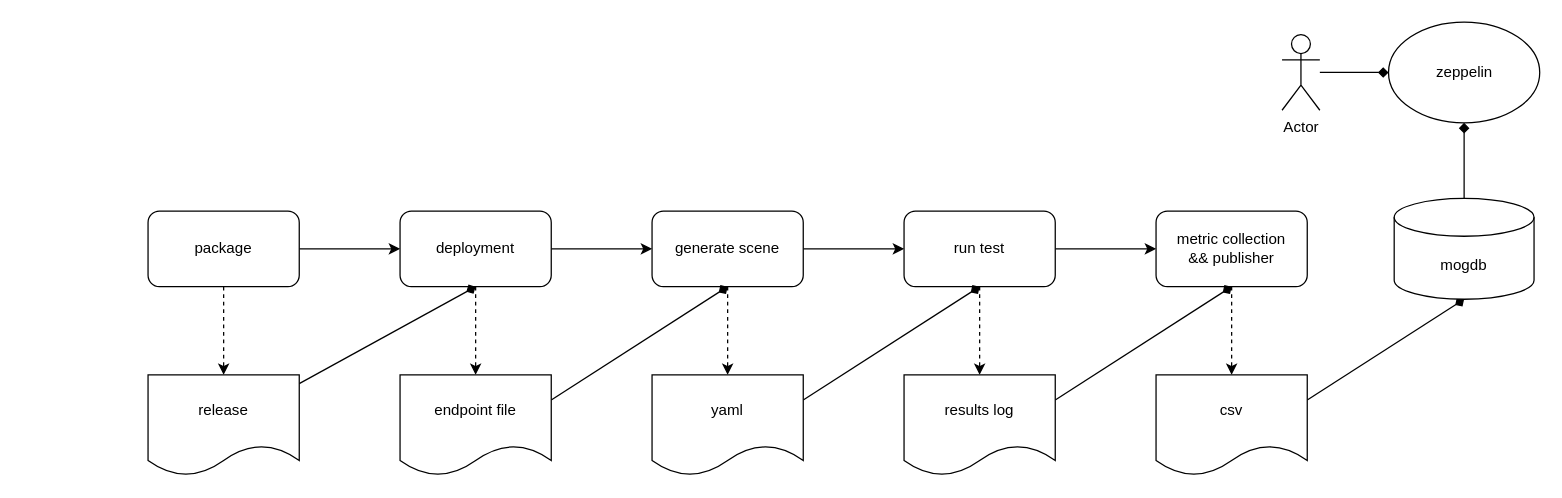
clemenza/czha-ip-router keeps this draw.io diagram as perftestframework.drawio. Above is the earlier version. Source tidied: cells renumbered, new cells numbered last; positions are measured from the earlier drawing's top-left corner, leaving out a move shared by most shapes. Both pictures are drawn from the tidied source at 126%, with x=0, y=0 at pixel (147, 21).
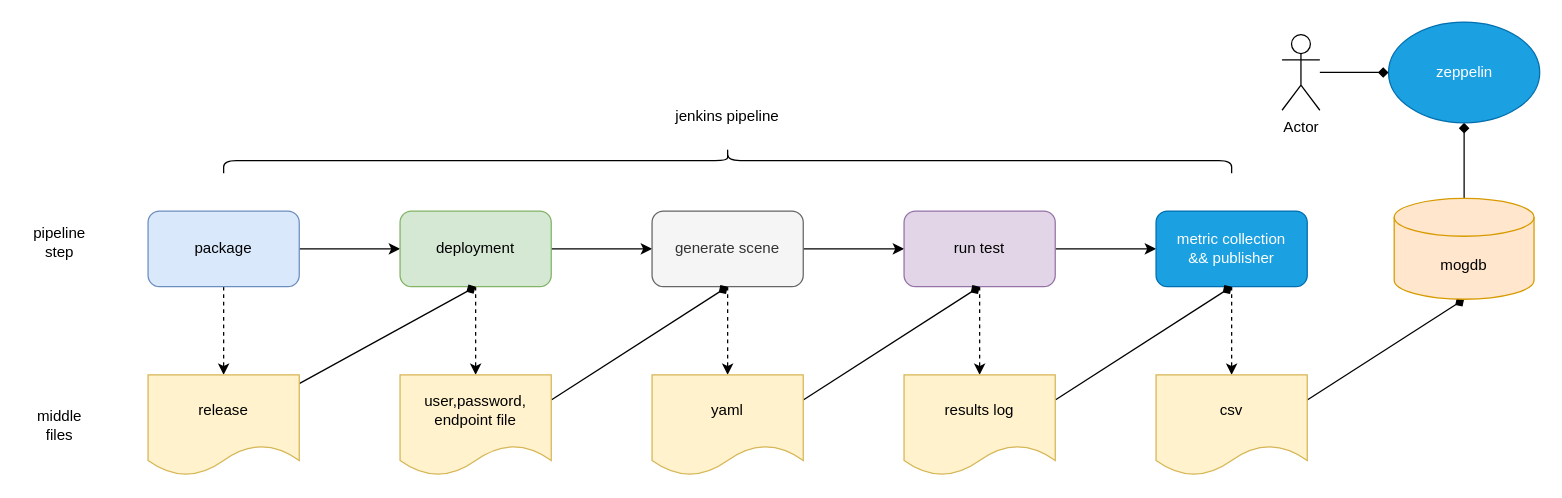
The same page after the edit.

Diff of the diagram source:
```diff
@@
-    <mxCell id="4" value="package" style="rounded=1;whiteSpace=wrap;html=1;" parent="1" vertex="1">
+    <mxCell id="4" value="package" style="rounded=1;whiteSpace=wrap;html=1;fillColor=#dae8fc;strokeColor=#6c8ebf;" parent="1" vertex="1">
       <mxGeometry y="150" width="120" height="60" as="geometry" />
     </mxCell>
@@
-    <mxCell id="7" value="deployment" style="whiteSpace=wrap;html=1;rounded=1;" parent="1" vertex="1">
+    <mxCell id="7" value="deployment" style="whiteSpace=wrap;html=1;rounded=1;fillColor=#d5e8d4;strokeColor=#82b366;" parent="1" vertex="1">
       <mxGeometry x="200" y="150" width="120" height="60" as="geometry" />
     </mxCell>
@@
-    <mxCell id="10" value="generate scene" style="whiteSpace=wrap;html=1;rounded=1;" parent="1" vertex="1">
+    <mxCell id="10" value="generate scene" style="whiteSpace=wrap;html=1;rounded=1;fillColor=#f5f5f5;fontColor=#333333;strokeColor=#666666;" parent="1" vertex="1">
       <mxGeometry x="400" y="150" width="120" height="60" as="geometry" />
     </mxCell>
@@
-    <mxCell id="13" value="run test" style="whiteSpace=wrap;html=1;rounded=1;" parent="1" vertex="1">
+    <mxCell id="13" value="run test" style="whiteSpace=wrap;html=1;rounded=1;fillColor=#e1d5e7;strokeColor=#9673a6;" parent="1" vertex="1">
       <mxGeometry x="600" y="150" width="120" height="60" as="geometry" />
     </mxCell>
@@
-    <mxCell id="15" value="metric collection&lt;br&gt;&amp;amp;&amp;amp; publisher" style="whiteSpace=wrap;html=1;rounded=1;" parent="1" vertex="1">
+    <mxCell id="15" value="metric collection&lt;br&gt;&amp;amp;&amp;amp; publisher" style="whiteSpace=wrap;html=1;rounded=1;fillColor=#1ba1e2;fontColor=#ffffff;strokeColor=#006EAF;" parent="1" vertex="1">
       <mxGeometry x="800" y="150" width="120" height="60" as="geometry" />
     </mxCell>
@@
-    <mxCell id="17" value="release" style="shape=document;whiteSpace=wrap;html=1;boundedLbl=1;gradientColor=none;" parent="1" vertex="1">
+    <mxCell id="17" value="release" style="shape=document;whiteSpace=wrap;html=1;boundedLbl=1;fillColor=#fff2cc;strokeColor=#d6b656;" parent="1" vertex="1">
       <mxGeometry y="280" width="120" height="80" as="geometry" />
     </mxCell>
@@
-    <mxCell id="19" value="endpoint file" style="shape=document;whiteSpace=wrap;html=1;boundedLbl=1;rounded=1;" parent="1" vertex="1">
+    <mxCell id="19" value="user,password,&lt;br&gt;endpoint file" style="shape=document;whiteSpace=wrap;html=1;boundedLbl=1;rounded=1;fillColor=#fff2cc;strokeColor=#d6b656;" parent="1" vertex="1">
       <mxGeometry x="200" y="280" width="120" height="80" as="geometry" />
     </mxCell>
@@
-    <mxCell id="21" value="yaml" style="shape=document;whiteSpace=wrap;html=1;boundedLbl=1;rounded=1;" parent="1" vertex="1">
+    <mxCell id="21" value="yaml" style="shape=document;whiteSpace=wrap;html=1;boundedLbl=1;rounded=1;fillColor=#fff2cc;strokeColor=#d6b656;" parent="1" vertex="1">
       <mxGeometry x="400" y="280" width="120" height="80" as="geometry" />
     </mxCell>
@@
-    <mxCell id="23" value="results log" style="shape=document;whiteSpace=wrap;html=1;boundedLbl=1;rounded=1;" parent="1" vertex="1">
+    <mxCell id="23" value="results log" style="shape=document;whiteSpace=wrap;html=1;boundedLbl=1;rounded=1;fillColor=#fff2cc;strokeColor=#d6b656;" parent="1" vertex="1">
       <mxGeometry x="600" y="280" width="120" height="80" as="geometry" />
     </mxCell>
@@
-    <mxCell id="25" value="csv" style="shape=document;whiteSpace=wrap;html=1;boundedLbl=1;rounded=1;" parent="1" vertex="1">
+    <mxCell id="25" value="csv" style="shape=document;whiteSpace=wrap;html=1;boundedLbl=1;rounded=1;fillColor=#fff2cc;strokeColor=#d6b656;" parent="1" vertex="1">
       <mxGeometry x="800" y="280" width="120" height="80" as="geometry" />
     </mxCell>
@@
-    <mxCell id="27" value="mogdb" style="shape=cylinder3;whiteSpace=wrap;html=1;boundedLbl=1;backgroundOutline=1;size=15;gradientColor=none;" parent="1" vertex="1">
+    <mxCell id="27" value="mogdb" style="shape=cylinder3;whiteSpace=wrap;html=1;boundedLbl=1;backgroundOutline=1;size=15;fillColor=#ffe6cc;strokeColor=#d79b00;" parent="1" vertex="1">
       <mxGeometry x="989" y="140" width="111" height="80" as="geometry" />
     </mxCell>
-    <mxCell id="28" value="zeppelin" style="ellipse;whiteSpace=wrap;html=1;gradientColor=none;" parent="1" vertex="1">
+    <mxCell id="28" value="zeppelin" style="ellipse;whiteSpace=wrap;html=1;fillColor=#1ba1e2;fontColor=#ffffff;strokeColor=#006EAF;" parent="1" vertex="1">
       <mxGeometry x="984.5" width="120" height="80" as="geometry" />
     </mxCell>
@@
+    <mxCell id="31" style="shape=curlyBracket;whiteSpace=wrap;html=1;rounded=1;gradientColor=none;rotation=90;" parent="1" vertex="1">
+      <mxGeometry x="450" y="-290" width="20" height="800" as="geometry" />
+    </mxCell>
+    <mxCell id="32" value="jenkins pipeline" style="text;html=1;strokeColor=none;fillColor=none;align=center;verticalAlign=middle;whiteSpace=wrap;rounded=0;" parent="1" vertex="1">
+      <mxGeometry x="380" y="60" width="160" height="30" as="geometry" />
+    </mxCell>
+    <mxCell id="33" value="pipeline step" style="text;html=1;strokeColor=none;fillColor=none;align=center;verticalAlign=middle;whiteSpace=wrap;rounded=0;" parent="1" vertex="1">
+      <mxGeometry x="-100" y="160" width="60" height="30" as="geometry" />
+    </mxCell>
+    <mxCell id="34" value="middle files" style="text;html=1;strokeColor=none;fillColor=none;align=center;verticalAlign=middle;whiteSpace=wrap;rounded=0;" parent="1" vertex="1">
+      <mxGeometry x="-100" y="305" width="60" height="30" as="geometry" />
+    </mxCell>
```
